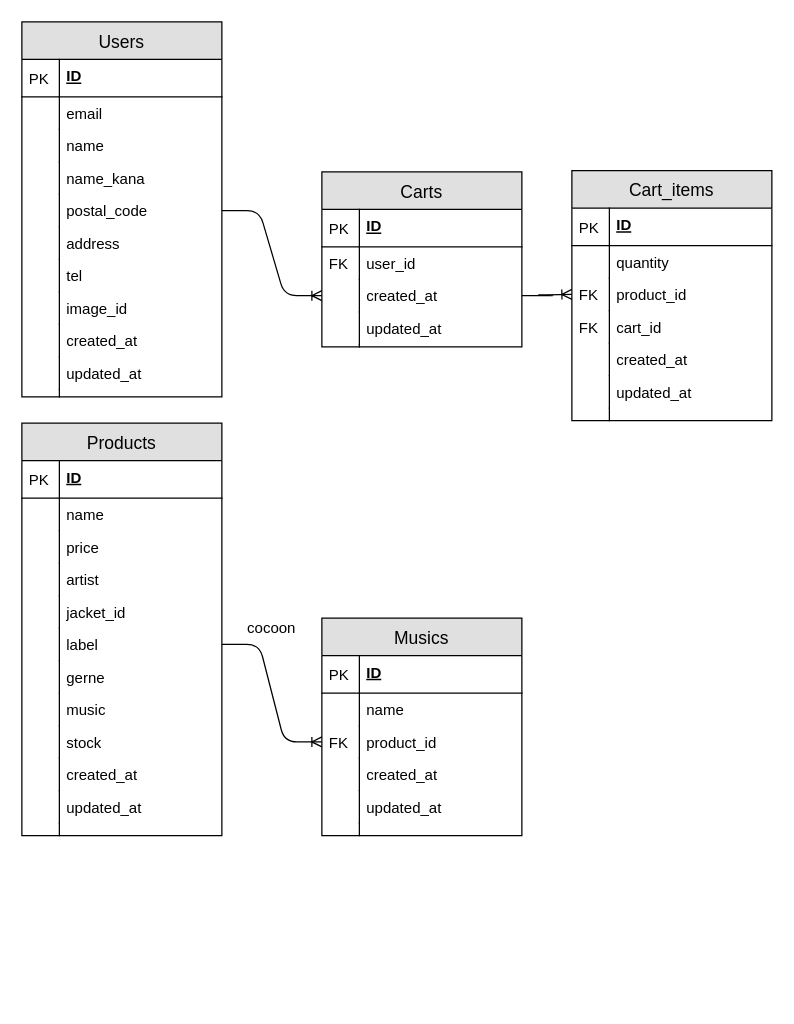
Above: Design/ER図.drawio in saezurucrow/ec-site (draw.io), before the change. Source tidied: cells renumbered, new cells numbered last; positions are measured from the earlier drawing's top-left corner, leaving out a move shared by most shapes. Both pictures are drawn from the tidied source at 125%, with x=0, y=0 at pixel (21, 21).
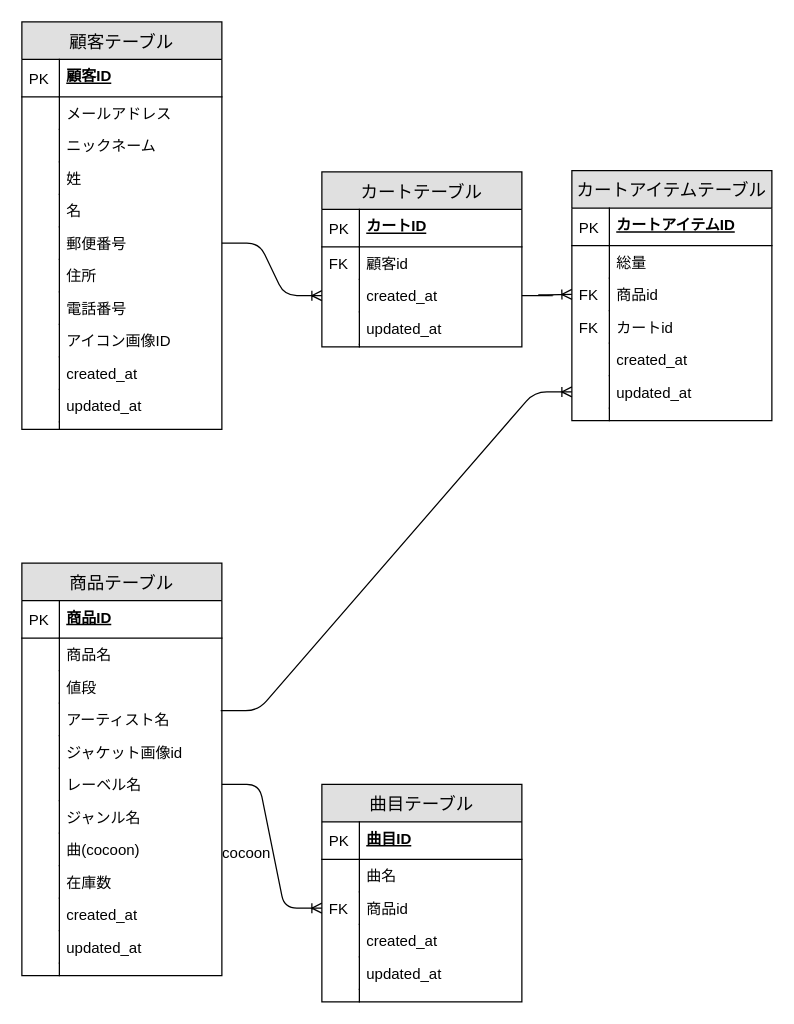
Above is the later version.

Commit message:
Localizing into Japanese

The change refers to these unchanged cells:
```xml
<mxCell id="85" value="updated_at" style="shape=partialRectangle;top=0;left=0;right=0;bottom=0;align=left;verticalAlign=top;fillColor=none;spacingLeft=34;spacingRight=4;overflow=hidden;points=[[0,0.5],[1,0.5]];portConstraint=eastwest;fontSize=12;" parent="74" vertex="1">
  <mxGeometry y="164" width="160" height="26" as="geometry" />
</mxCell>
```

Change to the diagram source:
```diff
@@
-    <mxCell id="2" value="Users" style="swimlane;fontStyle=0;horizontal=1;startSize=30;fillColor=#e0e0e0;swimlaneFillColor=#ffffff;align=center;fontSize=14;" parent="1" vertex="1">
-      <mxGeometry width="160" height="300" as="geometry" />
+    <mxCell id="2" value="顧客テーブル" style="swimlane;fontStyle=0;horizontal=1;startSize=30;fillColor=#e0e0e0;swimlaneFillColor=#ffffff;align=center;fontSize=14;" parent="1" vertex="1">
+      <mxGeometry width="160" height="326" as="geometry" />
     </mxCell>
-    <mxCell id="3" value="ID&#10;" style="shape=partialRectangle;top=0;left=0;right=0;bottom=1;align=left;verticalAlign=top;fillColor=none;spacingLeft=34;spacingRight=4;overflow=hidden;fontStyle=5;fontSize=12;" parent="2" vertex="1">
+    <mxCell id="3" value="顧客ID&#10;" style="shape=partialRectangle;top=0;left=0;right=0;bottom=1;align=left;verticalAlign=top;fillColor=none;spacingLeft=34;spacingRight=4;overflow=hidden;fontStyle=5;fontSize=12;" parent="2" vertex="1">
       <mxGeometry y="30" width="160" height="30" as="geometry" />
     </mxCell>
@@
-    <mxCell id="5" value="email" style="shape=partialRectangle;top=0;left=0;right=0;bottom=0;align=left;verticalAlign=top;fillColor=none;spacingLeft=34;spacingRight=4;overflow=hidden;fontSize=12;" parent="2" vertex="1">
+    <mxCell id="5" value="メールアドレス" style="shape=partialRectangle;top=0;left=0;right=0;bottom=0;align=left;verticalAlign=top;fillColor=none;spacingLeft=34;spacingRight=4;overflow=hidden;fontSize=12;" parent="2" vertex="1">
       <mxGeometry y="60" width="160" height="26" as="geometry" />
     </mxCell>
@@
-    <mxCell id="7" value="name" style="shape=partialRectangle;top=0;left=0;right=0;bottom=0;align=left;verticalAlign=top;fillColor=none;spacingLeft=34;spacingRight=4;overflow=hidden;fontSize=12;" parent="2" vertex="1">
+    <mxCell id="7" value="ニックネーム" style="shape=partialRectangle;top=0;left=0;right=0;bottom=0;align=left;verticalAlign=top;fillColor=none;spacingLeft=34;spacingRight=4;overflow=hidden;fontSize=12;" parent="2" vertex="1">
       <mxGeometry y="86" width="160" height="26" as="geometry" />
     </mxCell>
@@
-    <mxCell id="9" value="name_kana" style="shape=partialRectangle;top=0;left=0;right=0;bottom=0;align=left;verticalAlign=top;fillColor=none;spacingLeft=34;spacingRight=4;overflow=hidden;fontSize=12;" parent="2" vertex="1">
+    <mxCell id="9" value="姓" style="shape=partialRectangle;top=0;left=0;right=0;bottom=0;align=left;verticalAlign=top;fillColor=none;spacingLeft=34;spacingRight=4;overflow=hidden;fontSize=12;" parent="2" vertex="1">
       <mxGeometry y="112" width="160" height="26" as="geometry" />
     </mxCell>
@@
+    <mxCell id="93" value="名" style="shape=partialRectangle;top=0;left=0;right=0;bottom=0;align=left;verticalAlign=top;fillColor=none;spacingLeft=34;spacingRight=4;overflow=hidden;fontSize=12;" parent="2" vertex="1">
+      <mxGeometry y="138" width="160" height="26" as="geometry" />
+    </mxCell>
+    <mxCell id="94" style="shape=partialRectangle;top=0;left=0;bottom=0;fillColor=none;align=left;verticalAlign=top;spacingLeft=4;spacingRight=4;overflow=hidden;fontSize=12;" parent="93" vertex="1">
+      <mxGeometry width="30" height="26" as="geometry" />
+    </mxCell>
-    <mxCell id="11" value="postal_code" style="shape=partialRectangle;top=0;left=0;right=0;bottom=0;align=left;verticalAlign=top;fillColor=none;spacingLeft=34;spacingRight=4;overflow=hidden;points=[[0,0.5],[1,0.5]];portConstraint=eastwest;fontSize=12;" parent="2" vertex="1">
-      <mxGeometry y="138" width="160" height="26" as="geometry" />
+    <mxCell id="11" value="郵便番号" style="shape=partialRectangle;top=0;left=0;right=0;bottom=0;align=left;verticalAlign=top;fillColor=none;spacingLeft=34;spacingRight=4;overflow=hidden;points=[[0,0.5],[1,0.5]];portConstraint=eastwest;fontSize=12;" parent="2" vertex="1">
+      <mxGeometry y="164" width="160" height="26" as="geometry" />
     </mxCell>
@@
-    <mxCell id="13" value="address" style="shape=partialRectangle;top=0;left=0;right=0;bottom=0;align=left;verticalAlign=top;fillColor=none;spacingLeft=34;spacingRight=4;overflow=hidden;fontSize=12;" parent="2" vertex="1">
-      <mxGeometry y="164" width="160" height="26" as="geometry" />
+    <mxCell id="13" value="住所" style="shape=partialRectangle;top=0;left=0;right=0;bottom=0;align=left;verticalAlign=top;fillColor=none;spacingLeft=34;spacingRight=4;overflow=hidden;fontSize=12;" parent="2" vertex="1">
+      <mxGeometry y="190" width="160" height="26" as="geometry" />
     </mxCell>
@@
-    <mxCell id="15" value="tel" style="shape=partialRectangle;top=0;left=0;right=0;bottom=0;align=left;verticalAlign=top;fillColor=none;spacingLeft=34;spacingRight=4;overflow=hidden;fontSize=12;" parent="2" vertex="1">
-      <mxGeometry y="190" width="160" height="26" as="geometry" />
+    <mxCell id="15" value="電話番号" style="shape=partialRectangle;top=0;left=0;right=0;bottom=0;align=left;verticalAlign=top;fillColor=none;spacingLeft=34;spacingRight=4;overflow=hidden;fontSize=12;" parent="2" vertex="1">
+      <mxGeometry y="216" width="160" height="26" as="geometry" />
     </mxCell>
@@
-    <mxCell id="17" value="image_id" style="shape=partialRectangle;top=0;left=0;right=0;bottom=0;align=left;verticalAlign=top;fillColor=none;spacingLeft=34;spacingRight=4;overflow=hidden;fontSize=12;" parent="2" vertex="1">
-      <mxGeometry y="216" width="160" height="26" as="geometry" />
+    <mxCell id="17" value="アイコン画像ID" style="shape=partialRectangle;top=0;left=0;right=0;bottom=0;align=left;verticalAlign=top;fillColor=none;spacingLeft=34;spacingRight=4;overflow=hidden;fontSize=12;" parent="2" vertex="1">
+      <mxGeometry y="242" width="160" height="26" as="geometry" />
     </mxCell>
@@
     <mxCell id="19" value="created_at" style="shape=partialRectangle;top=0;left=0;right=0;bottom=0;align=left;verticalAlign=top;fillColor=none;spacingLeft=34;spacingRight=4;overflow=hidden;fontSize=12;" parent="2" vertex="1">
-      <mxGeometry y="242" width="160" height="26" as="geometry" />
+      <mxGeometry y="268" width="160" height="26" as="geometry" />
     </mxCell>
@@
     <mxCell id="21" value="updated_at" style="shape=partialRectangle;top=0;left=0;right=0;bottom=0;align=left;verticalAlign=top;fillColor=none;spacingLeft=34;spacingRight=4;overflow=hidden;fontSize=12;" parent="2" vertex="1">
-      <mxGeometry y="268" width="160" height="26" as="geometry" />
+      <mxGeometry y="294" width="160" height="26" as="geometry" />
     </mxCell>
@@
     <mxCell id="23" style="shape=partialRectangle;top=0;left=0;right=0;bottom=0;align=left;verticalAlign=top;fillColor=none;spacingLeft=34;spacingRight=4;overflow=hidden;fontSize=12;" parent="2" vertex="1">
-      <mxGeometry y="294" width="160" height="6" as="geometry" />
+      <mxGeometry y="320" width="160" height="6" as="geometry" />
     </mxCell>
@@
-    <mxCell id="25" value="Products" style="swimlane;fontStyle=0;horizontal=1;startSize=30;fillColor=#e0e0e0;swimlaneFillColor=#ffffff;align=center;fontSize=14;" parent="1" vertex="1">
-      <mxGeometry y="321" width="160" height="330" as="geometry" />
+    <mxCell id="25" value="商品テーブル" style="swimlane;fontStyle=0;horizontal=1;startSize=30;fillColor=#e0e0e0;swimlaneFillColor=#ffffff;align=center;fontSize=14;" parent="1" vertex="1">
+      <mxGeometry y="433" width="160" height="330" as="geometry" />
     </mxCell>
-    <mxCell id="26" value="ID&#10;" style="shape=partialRectangle;top=0;left=0;right=0;bottom=1;align=left;verticalAlign=top;fillColor=none;spacingLeft=34;spacingRight=4;overflow=hidden;fontStyle=5;fontSize=12;" parent="25" vertex="1">
+    <mxCell id="26" value="商品ID&#10;" style="shape=partialRectangle;top=0;left=0;right=0;bottom=1;align=left;verticalAlign=top;fillColor=none;spacingLeft=34;spacingRight=4;overflow=hidden;fontStyle=5;fontSize=12;" parent="25" vertex="1">
       <mxGeometry y="30" width="160" height="30" as="geometry" />
     </mxCell>
@@
-    <mxCell id="28" value="name" style="shape=partialRectangle;top=0;left=0;right=0;bottom=0;align=left;verticalAlign=top;fillColor=none;spacingLeft=34;spacingRight=4;overflow=hidden;fontSize=12;" parent="25" vertex="1">
+    <mxCell id="28" value="商品名" style="shape=partialRectangle;top=0;left=0;right=0;bottom=0;align=left;verticalAlign=top;fillColor=none;spacingLeft=34;spacingRight=4;overflow=hidden;fontSize=12;" parent="25" vertex="1">
       <mxGeometry y="60" width="160" height="26" as="geometry" />
     </mxCell>
@@
-    <mxCell id="30" value="price" style="shape=partialRectangle;top=0;left=0;right=0;bottom=0;align=left;verticalAlign=top;fillColor=none;spacingLeft=34;spacingRight=4;overflow=hidden;fontSize=12;" parent="25" vertex="1">
+    <mxCell id="30" value="値段" style="shape=partialRectangle;top=0;left=0;right=0;bottom=0;align=left;verticalAlign=top;fillColor=none;spacingLeft=34;spacingRight=4;overflow=hidden;fontSize=12;" parent="25" vertex="1">
       <mxGeometry y="86" width="160" height="26" as="geometry" />
     </mxCell>
@@
-    <mxCell id="32" value="artist" style="shape=partialRectangle;top=0;left=0;right=0;bottom=0;align=left;verticalAlign=top;fillColor=none;spacingLeft=34;spacingRight=4;overflow=hidden;points=[[0,0.5],[1,0.5]];portConstraint=eastwest;fontSize=12;" parent="25" vertex="1">
+    <mxCell id="32" value="アーティスト名" style="shape=partialRectangle;top=0;left=0;right=0;bottom=0;align=left;verticalAlign=top;fillColor=none;spacingLeft=34;spacingRight=4;overflow=hidden;points=[[0,0.5],[1,0.5]];portConstraint=eastwest;fontSize=12;" parent="25" vertex="1">
       <mxGeometry y="112" width="160" height="26" as="geometry" />
     </mxCell>
@@
-    <mxCell id="34" value="jacket_id" style="shape=partialRectangle;top=0;left=0;right=0;bottom=0;align=left;verticalAlign=top;fillColor=none;spacingLeft=34;spacingRight=4;overflow=hidden;fontSize=12;" parent="25" vertex="1">
+    <mxCell id="34" value="ジャケット画像id" style="shape=partialRectangle;top=0;left=0;right=0;bottom=0;align=left;verticalAlign=top;fillColor=none;spacingLeft=34;spacingRight=4;overflow=hidden;fontSize=12;" parent="25" vertex="1">
       <mxGeometry y="138" width="160" height="26" as="geometry" />
     </mxCell>
@@
-    <mxCell id="36" value="label" style="shape=partialRectangle;top=0;left=0;right=0;bottom=0;align=left;verticalAlign=top;fillColor=none;spacingLeft=34;spacingRight=4;overflow=hidden;points=[[0,0.5],[1,0.5]];portConstraint=eastwest;fontSize=12;" parent="25" vertex="1">
+    <mxCell id="36" value="レーベル名" style="shape=partialRectangle;top=0;left=0;right=0;bottom=0;align=left;verticalAlign=top;fillColor=none;spacingLeft=34;spacingRight=4;overflow=hidden;points=[[0,0.5],[1,0.5]];portConstraint=eastwest;fontSize=12;" parent="25" vertex="1">
       <mxGeometry y="164" width="160" height="26" as="geometry" />
     </mxCell>
@@
-    <mxCell id="38" value="gerne" style="shape=partialRectangle;top=0;left=0;right=0;bottom=0;align=left;verticalAlign=top;fillColor=none;spacingLeft=34;spacingRight=4;overflow=hidden;fontSize=12;" parent="25" vertex="1">
+    <mxCell id="38" value="ジャンル名" style="shape=partialRectangle;top=0;left=0;right=0;bottom=0;align=left;verticalAlign=top;fillColor=none;spacingLeft=34;spacingRight=4;overflow=hidden;fontSize=12;" parent="25" vertex="1">
       <mxGeometry y="190" width="160" height="26" as="geometry" />
     </mxCell>
@@
-    <mxCell id="40" value="music" style="shape=partialRectangle;top=0;left=0;right=0;bottom=0;align=left;verticalAlign=top;fillColor=none;spacingLeft=34;spacingRight=4;overflow=hidden;fontSize=12;" parent="25" vertex="1">
+    <mxCell id="40" value="曲(cocoon)" style="shape=partialRectangle;top=0;left=0;right=0;bottom=0;align=left;verticalAlign=top;fillColor=none;spacingLeft=34;spacingRight=4;overflow=hidden;fontSize=12;" parent="25" vertex="1">
       <mxGeometry y="216" width="160" height="26" as="geometry" />
     </mxCell>
@@
-    <mxCell id="42" value="stock" style="shape=partialRectangle;top=0;left=0;right=0;bottom=0;align=left;verticalAlign=top;fillColor=none;spacingLeft=34;spacingRight=4;overflow=hidden;fontSize=12;" parent="25" vertex="1">
+    <mxCell id="42" value="在庫数" style="shape=partialRectangle;top=0;left=0;right=0;bottom=0;align=left;verticalAlign=top;fillColor=none;spacingLeft=34;spacingRight=4;overflow=hidden;fontSize=12;" parent="25" vertex="1">
       <mxGeometry y="242" width="160" height="26" as="geometry" />
     </mxCell>
@@
-    <mxCell id="50" value="Musics" style="swimlane;fontStyle=0;horizontal=1;startSize=30;fillColor=#e0e0e0;swimlaneFillColor=#ffffff;align=center;fontSize=14;" parent="1" vertex="1">
-      <mxGeometry x="240" y="477" width="160" height="174" as="geometry" />
+    <mxCell id="50" value="曲目テーブル" style="swimlane;fontStyle=0;horizontal=1;startSize=30;fillColor=#e0e0e0;swimlaneFillColor=#ffffff;align=center;fontSize=14;" parent="1" vertex="1">
+      <mxGeometry x="240" y="610" width="160" height="174" as="geometry" />
     </mxCell>
-    <mxCell id="51" value="ID&#10;" style="shape=partialRectangle;top=0;left=0;right=0;bottom=1;align=left;verticalAlign=top;fillColor=none;spacingLeft=34;spacingRight=4;overflow=hidden;fontStyle=5;fontSize=12;" parent="50" vertex="1">
+    <mxCell id="51" value="曲目ID&#10;" style="shape=partialRectangle;top=0;left=0;right=0;bottom=1;align=left;verticalAlign=top;fillColor=none;spacingLeft=34;spacingRight=4;overflow=hidden;fontStyle=5;fontSize=12;" parent="50" vertex="1">
       <mxGeometry y="30" width="160" height="30" as="geometry" />
     </mxCell>
@@
-    <mxCell id="53" value="name" style="shape=partialRectangle;top=0;left=0;right=0;bottom=0;align=left;verticalAlign=top;fillColor=none;spacingLeft=34;spacingRight=4;overflow=hidden;fontSize=12;" parent="50" vertex="1">
+    <mxCell id="53" value="曲名" style="shape=partialRectangle;top=0;left=0;right=0;bottom=0;align=left;verticalAlign=top;fillColor=none;spacingLeft=34;spacingRight=4;overflow=hidden;fontSize=12;" parent="50" vertex="1">
       <mxGeometry y="60" width="160" height="26" as="geometry" />
     </mxCell>
@@
-    <mxCell id="55" value="product_id" style="shape=partialRectangle;top=0;left=0;right=0;bottom=0;align=left;verticalAlign=top;fillColor=none;spacingLeft=34;spacingRight=4;overflow=hidden;points=[[0,0.5],[1,0.5]];portConstraint=eastwest;fontSize=12;" parent="50" vertex="1">
+    <mxCell id="55" value="商品id" style="shape=partialRectangle;top=0;left=0;right=0;bottom=0;align=left;verticalAlign=top;fillColor=none;spacingLeft=34;spacingRight=4;overflow=hidden;points=[[0,0.5],[1,0.5]];portConstraint=eastwest;fontSize=12;" parent="50" vertex="1">
       <mxGeometry y="86" width="160" height="26" as="geometry" />
     </mxCell>
@@
-    <mxCell id="63" value="Carts" style="swimlane;fontStyle=0;horizontal=1;startSize=30;fillColor=#e0e0e0;swimlaneFillColor=#ffffff;align=center;fontSize=14;" parent="1" vertex="1">
+    <mxCell id="63" value="カートテーブル" style="swimlane;fontStyle=0;horizontal=1;startSize=30;fillColor=#e0e0e0;swimlaneFillColor=#ffffff;align=center;fontSize=14;" parent="1" vertex="1">
       <mxGeometry x="240" y="120" width="160" height="140" as="geometry" />
     </mxCell>
-    <mxCell id="64" value="ID&#10;" style="shape=partialRectangle;top=0;left=0;right=0;bottom=1;align=left;verticalAlign=top;fillColor=none;spacingLeft=34;spacingRight=4;overflow=hidden;fontStyle=5;fontSize=12;" parent="63" vertex="1">
+    <mxCell id="64" value="カートID&#10;" style="shape=partialRectangle;top=0;left=0;right=0;bottom=1;align=left;verticalAlign=top;fillColor=none;spacingLeft=34;spacingRight=4;overflow=hidden;fontStyle=5;fontSize=12;" parent="63" vertex="1">
       <mxGeometry y="30" width="160" height="30" as="geometry" />
     </mxCell>
@@
-    <mxCell id="66" value="user_id" style="shape=partialRectangle;top=0;left=0;right=0;bottom=0;align=left;verticalAlign=top;fillColor=none;spacingLeft=34;spacingRight=4;overflow=hidden;fontSize=12;" parent="63" vertex="1">
+    <mxCell id="66" value="顧客id" style="shape=partialRectangle;top=0;left=0;right=0;bottom=0;align=left;verticalAlign=top;fillColor=none;spacingLeft=34;spacingRight=4;overflow=hidden;fontSize=12;" parent="63" vertex="1">
       <mxGeometry y="60" width="160" height="26" as="geometry" />
     </mxCell>
@@
-    <mxCell id="74" value="Cart_items" style="swimlane;fontStyle=0;horizontal=1;startSize=30;fillColor=#e0e0e0;swimlaneFillColor=#ffffff;align=center;fontSize=14;" parent="1" vertex="1">
+    <mxCell id="74" value="カートアイテムテーブル" style="swimlane;fontStyle=0;horizontal=1;startSize=30;fillColor=#e0e0e0;swimlaneFillColor=#ffffff;align=center;fontSize=14;" parent="1" vertex="1">
       <mxGeometry x="440" y="119" width="160" height="200" as="geometry" />
     </mxCell>
-    <mxCell id="75" value="ID&#10;" style="shape=partialRectangle;top=0;left=0;right=0;bottom=1;align=left;verticalAlign=top;fillColor=none;spacingLeft=34;spacingRight=4;overflow=hidden;fontStyle=5;fontSize=12;" parent="74" vertex="1">
+    <mxCell id="75" value="カートアイテムID&#10;" style="shape=partialRectangle;top=0;left=0;right=0;bottom=1;align=left;verticalAlign=top;fillColor=none;spacingLeft=34;spacingRight=4;overflow=hidden;fontStyle=5;fontSize=12;" parent="74" vertex="1">
       <mxGeometry y="30" width="160" height="30" as="geometry" />
     </mxCell>
@@
-    <mxCell id="77" value="quantity" style="shape=partialRectangle;top=0;left=0;right=0;bottom=0;align=left;verticalAlign=top;fillColor=none;spacingLeft=34;spacingRight=4;overflow=hidden;fontSize=12;" parent="74" vertex="1">
+    <mxCell id="77" value="総量" style="shape=partialRectangle;top=0;left=0;right=0;bottom=0;align=left;verticalAlign=top;fillColor=none;spacingLeft=34;spacingRight=4;overflow=hidden;fontSize=12;" parent="74" vertex="1">
       <mxGeometry y="60" width="160" height="26" as="geometry" />
     </mxCell>
@@
-    <mxCell id="79" value="product_id" style="shape=partialRectangle;top=0;left=0;right=0;bottom=0;align=left;verticalAlign=top;fillColor=none;spacingLeft=34;spacingRight=4;overflow=hidden;points=[[0,0.5],[1,0.5]];portConstraint=eastwest;fontSize=12;" parent="74" vertex="1">
+    <mxCell id="79" value="商品id" style="shape=partialRectangle;top=0;left=0;right=0;bottom=0;align=left;verticalAlign=top;fillColor=none;spacingLeft=34;spacingRight=4;overflow=hidden;points=[[0,0.5],[1,0.5]];portConstraint=eastwest;fontSize=12;" parent="74" vertex="1">
       <mxGeometry y="86" width="160" height="26" as="geometry" />
     </mxCell>
@@
-    <mxCell id="81" value="cart_id" style="shape=partialRectangle;top=0;left=0;right=0;bottom=0;align=left;verticalAlign=top;fillColor=none;spacingLeft=34;spacingRight=4;overflow=hidden;fontSize=12;" parent="74" vertex="1">
+    <mxCell id="81" value="カートid" style="shape=partialRectangle;top=0;left=0;right=0;bottom=0;align=left;verticalAlign=top;fillColor=none;spacingLeft=34;spacingRight=4;overflow=hidden;fontSize=12;" parent="74" vertex="1">
       <mxGeometry y="112" width="160" height="26" as="geometry" />
     </mxCell>
@@
     <mxCell id="92" value="cocoon" style="text;html=1;strokeColor=none;fillColor=none;align=center;verticalAlign=middle;whiteSpace=wrap;rounded=0;" parent="1" vertex="1">
-      <mxGeometry x="180" y="475" width="40" height="20" as="geometry" />
+      <mxGeometry x="160" y="655" width="40" height="20" as="geometry" />
     </mxCell>
+    <mxCell id="95" style="edgeStyle=entityRelationEdgeStyle;fontSize=12;html=1;endArrow=ERoneToMany;entryX=0;entryY=0.5;entryDx=0;entryDy=0;exitX=0.994;exitY=0.231;exitDx=0;exitDy=0;exitPerimeter=0;" parent="1" edge="1" source="32" target="85">
+      <mxGeometry relative="1" as="geometry" />
+    </mxCell>
```
